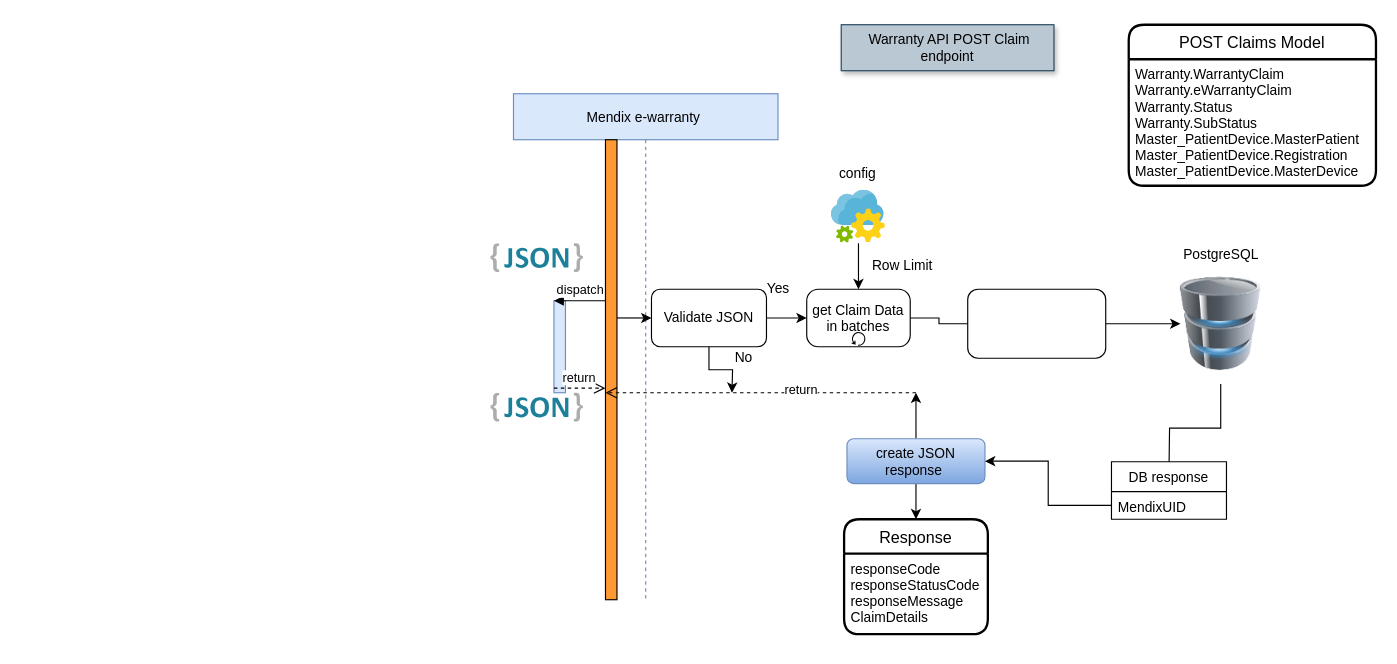
MrMetalAddict/Retail-Mon keeps this draw.io diagram as Untitled Diagram.drawio. Above is the earlier version. Source tidied: cells renumbered, new cells numbered last; positions are measured from the earlier drawing's top-left corner, leaving out a move shared by most shapes. Both pictures are drawn from the tidied source at 115%, with x=0, y=0 at pixel (490, 24).
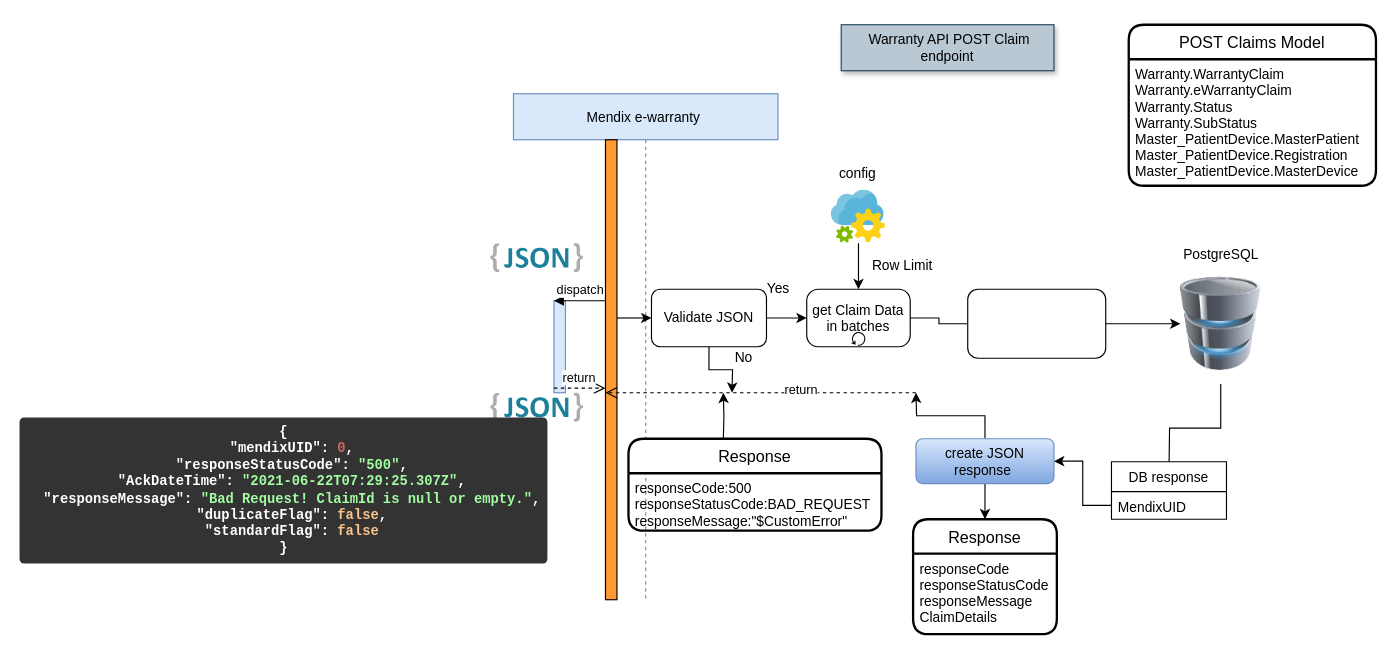
The same diagram, later.

What changed in the source:
```diff
@@
     <mxCell id="16" value="Response" style="swimlane;horizontal=1;startSize=30;rounded=1;fontSize=14;fontStyle=0;strokeWidth=2;shadow=0;dashed=0;align=center;" parent="1" vertex="1">
-      <mxGeometry x="307.5" y="430" width="125" height="100" as="geometry" />
+      <mxGeometry x="367.5" y="430" width="125" height="100" as="geometry" />
     </mxCell>
@@
     <mxCell id="25" value="create JSON response&amp;nbsp;" style="rounded=1;whiteSpace=wrap;html=1;gradientColor=#7ea6e0;fillColor=#dae8fc;strokeColor=#6c8ebf;" parent="1" vertex="1">
-      <mxGeometry x="310" y="360" width="120" height="39" as="geometry" />
+      <mxGeometry x="370" y="360" width="120" height="39" as="geometry" />
     </mxCell>
@@
+    <mxCell id="48" style="edgeStyle=orthogonalEdgeStyle;rounded=0;orthogonalLoop=1;jettySize=auto;html=1;" parent="1" edge="1">
+      <mxGeometry relative="1" as="geometry">
+        <mxPoint x="202.5" y="360" as="sourcePoint" />
+        <mxPoint x="202.5" y="320" as="targetPoint" />
+      </mxGeometry>
+    </mxCell>
+    <mxCell id="49" value="&lt;pre class=&quot; microlight&quot; style=&quot;box-sizing: border-box ; overflow: auto ; max-height: 400px ; min-height: 6em ; margin-top: 0px ; margin-bottom: 0px ; padding: 0.5em ; word-break: break-word ; border-radius: 4px ; background: rgb(51 , 51 , 51) ; overflow-wrap: break-word ; font-weight: 600 ; color: white&quot;&gt;&lt;code style=&quot;box-sizing: border-box ; font-family: &amp;#34;consolas&amp;#34; , &amp;#34;monaco&amp;#34; , monospace ; font-size: 1em ; word-break: break-all&quot;&gt;&lt;span style=&quot;box-sizing: inherit&quot;&gt;{&lt;br/&gt;&lt;/span&gt;&lt;span style=&quot;box-sizing: inherit&quot;&gt;  &lt;/span&gt;&lt;span class=&quot;hljs-attr&quot; style=&quot;box-sizing: inherit&quot;&gt;&quot;mendixUID&quot;&lt;/span&gt;&lt;span style=&quot;box-sizing: inherit&quot;&gt;: &lt;/span&gt;&lt;span style=&quot;box-sizing: inherit ; color: rgb(211 , 99 , 99)&quot;&gt;0&lt;/span&gt;&lt;span style=&quot;box-sizing: inherit&quot;&gt;,&lt;br/&gt;&lt;/span&gt;&lt;span style=&quot;box-sizing: inherit&quot;&gt;  &lt;/span&gt;&lt;span class=&quot;hljs-attr&quot; style=&quot;box-sizing: inherit&quot;&gt;&quot;responseStatusCode&quot;&lt;/span&gt;&lt;span style=&quot;box-sizing: inherit&quot;&gt;: &lt;/span&gt;&lt;span style=&quot;box-sizing: inherit ; color: rgb(162 , 252 , 162)&quot;&gt;&quot;500&quot;&lt;/span&gt;&lt;span style=&quot;box-sizing: inherit&quot;&gt;,&lt;br/&gt;&lt;/span&gt;&lt;span style=&quot;box-sizing: inherit&quot;&gt;  &lt;/span&gt;&lt;span class=&quot;hljs-attr&quot; style=&quot;box-sizing: inherit&quot;&gt;&quot;AckDateTime&quot;&lt;/span&gt;&lt;span style=&quot;box-sizing: inherit&quot;&gt;: &lt;/span&gt;&lt;span style=&quot;box-sizing: inherit ; color: rgb(162 , 252 , 162)&quot;&gt;&quot;2021-06-22T07:29:25.307Z&quot;&lt;/span&gt;&lt;span style=&quot;box-sizing: inherit&quot;&gt;,&lt;br/&gt;&lt;/span&gt;&lt;span style=&quot;box-sizing: inherit&quot;&gt;  &lt;/span&gt;&lt;span class=&quot;hljs-attr&quot; style=&quot;box-sizing: inherit&quot;&gt;&quot;responseMessage&quot;&lt;/span&gt;&lt;span style=&quot;box-sizing: inherit&quot;&gt;: &lt;/span&gt;&lt;span style=&quot;box-sizing: inherit ; color: rgb(162 , 252 , 162)&quot;&gt;&quot;Bad Request! ClaimId is null or empty.&quot;&lt;/span&gt;&lt;span style=&quot;box-sizing: inherit&quot;&gt;,&lt;br/&gt;&lt;/span&gt;&lt;span style=&quot;box-sizing: inherit&quot;&gt;  &lt;/span&gt;&lt;span class=&quot;hljs-attr&quot; style=&quot;box-sizing: inherit&quot;&gt;&quot;duplicateFlag&quot;&lt;/span&gt;&lt;span style=&quot;box-sizing: inherit&quot;&gt;: &lt;/span&gt;&lt;span style=&quot;box-sizing: inherit ; color: rgb(252 , 194 , 140)&quot;&gt;false&lt;/span&gt;&lt;span style=&quot;box-sizing: inherit&quot;&gt;,&lt;br/&gt;&lt;/span&gt;&lt;span style=&quot;box-sizing: inherit&quot;&gt;  &lt;/span&gt;&lt;span class=&quot;hljs-attr&quot; style=&quot;box-sizing: inherit&quot;&gt;&quot;standardFlag&quot;&lt;/span&gt;&lt;span style=&quot;box-sizing: inherit&quot;&gt;: &lt;/span&gt;&lt;span style=&quot;box-sizing: inherit ; color: rgb(252 , 194 , 140)&quot;&gt;false&lt;/span&gt;&lt;span style=&quot;box-sizing: inherit&quot;&gt;&lt;br/&gt;&lt;/span&gt;}&lt;/code&gt;&lt;/pre&gt;" style="text;html=1;align=center;verticalAlign=middle;strokeColor=none;" parent="1" vertex="1">
+      <mxGeometry x="-400" y="340" width="440" height="130" as="geometry" />
+    </mxCell>
+    <mxCell id="50" value="Response" style="swimlane;horizontal=1;startSize=30;rounded=1;fontSize=14;fontStyle=0;strokeWidth=2;shadow=0;dashed=0;align=center;" parent="1" vertex="1">
+      <mxGeometry x="120" y="360" width="220" height="80" as="geometry" />
+    </mxCell>
+    <mxCell id="51" value="responseCode:500&#10;responseStatusCode:BAD_REQUEST&#10;responseMessage:&quot;$CustomError&quot;" style="align=left;strokeColor=none;fillColor=none;spacingLeft=4;fontSize=12;verticalAlign=top;" parent="50" vertex="1">
+      <mxGeometry y="30" width="220" height="50" as="geometry" />
+    </mxCell>
+    <mxCell id="52" style="edgeStyle=orthogonalEdgeStyle;rounded=0;orthogonalLoop=1;jettySize=auto;html=1;exitX=0.5;exitY=1;exitDx=0;exitDy=0;" parent="50" edge="1" source="51" target="51">
+      <mxGeometry relative="1" as="geometry" />
+    </mxCell>
+    <mxCell id="53" style="edgeStyle=orthogonalEdgeStyle;rounded=0;orthogonalLoop=1;jettySize=auto;html=1;exitX=0.5;exitY=1;exitDx=0;exitDy=0;" parent="50" edge="1" source="51" target="51">
+      <mxGeometry relative="1" as="geometry" />
+    </mxCell>
+    <mxCell id="54" style="edgeStyle=orthogonalEdgeStyle;rounded=0;orthogonalLoop=1;jettySize=auto;html=1;exitX=0.5;exitY=1;exitDx=0;exitDy=0;" parent="50" edge="1" source="51" target="51">
+      <mxGeometry relative="1" as="geometry" />
+    </mxCell>
+    <mxCell id="55" style="edgeStyle=orthogonalEdgeStyle;rounded=0;orthogonalLoop=1;jettySize=auto;html=1;exitX=0.5;exitY=1;exitDx=0;exitDy=0;" parent="50" edge="1" source="51" target="51">
+      <mxGeometry relative="1" as="geometry" />
+    </mxCell>
+    <mxCell id="56" style="edgeStyle=orthogonalEdgeStyle;rounded=0;orthogonalLoop=1;jettySize=auto;html=1;exitX=0.5;exitY=1;exitDx=0;exitDy=0;" parent="50" edge="1" source="51" target="51">
+      <mxGeometry relative="1" as="geometry" />
+    </mxCell>
```
